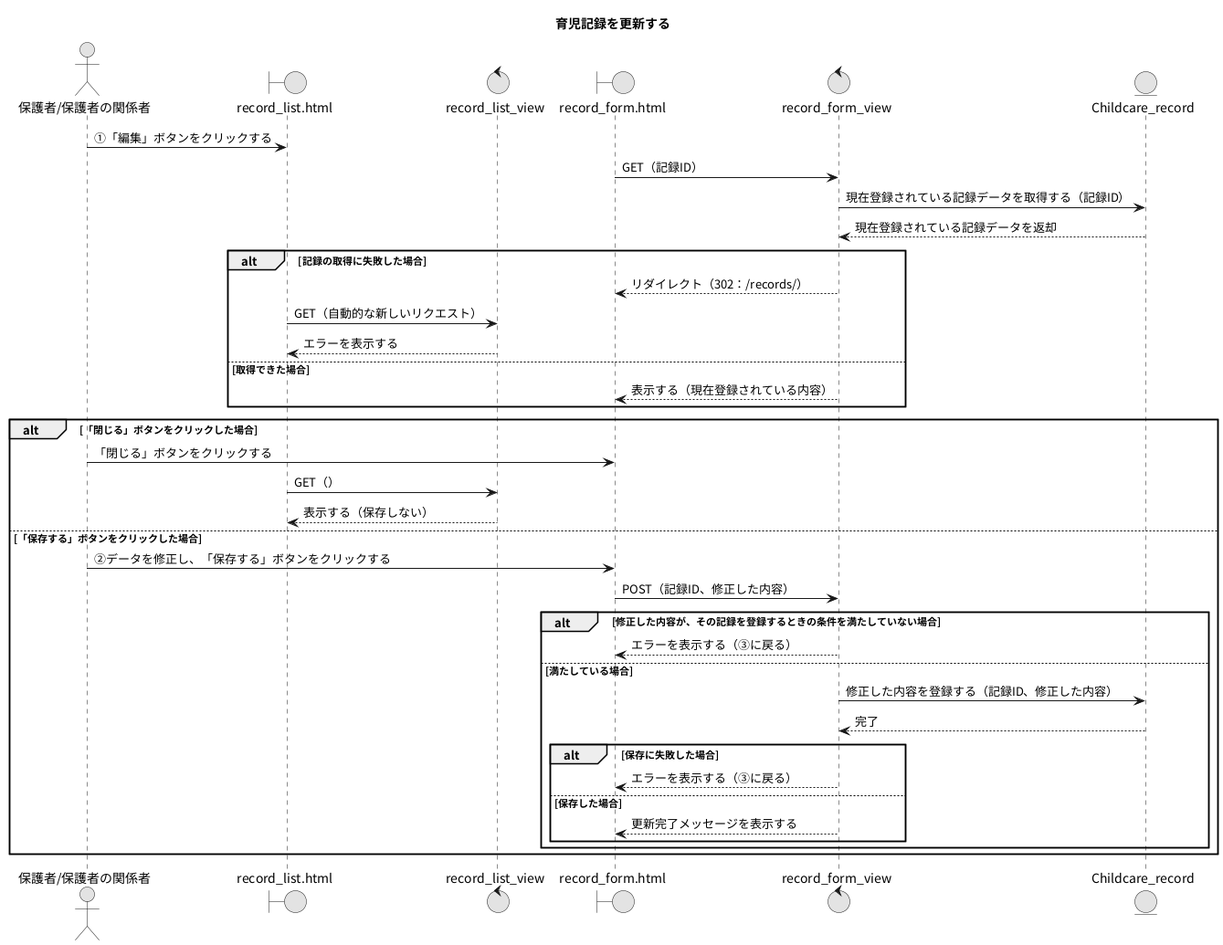
Ma2naga190330/26_sotugyou_puml keeps this PlantUML diagram as PNG/15_育児記録を更新する.png. Above is the earlier version. Source of this version:
```plantuml
@startuml
title 育児記録を更新する
skinparam defaultFontName "Noto Sans CJK JP"
skinparam monochrome true

actor "保護者/保護者の関係者" as A
boundary "record_list.html" as RLP
control "record_list_view" as RLV
boundary "record_form.html" as RFP
control "record_form_view" as RFV
entity "Childcare_record" as CRM

A -> RLP : ①「編集」ボタンをクリックする
RFP -> RFV : GET（記録ID）
RFV -> CRM : 現在登録されている記録データを取得する（記録ID）
RFV <-- CRM : 現在登録されている記録データを返却
alt 記録の取得に失敗した場合
  RFV --> RFP : リダイレクト（302：/records/）
  RLP -> RLV : GET（自動的な新しいリクエスト）
  RLV --> RLP : エラーを表示する
else 取得できた場合
  RFV --> RFP : 表示する（現在登録されている内容）
end

alt 「閉じる」ボタンをクリックした場合
  A -> RFP : 「閉じる」ボタンをクリックする
  RLP -> RLV : GET（）
  RLV --> RLP : 表示する（保存しない）
else 「保存する」ボタンをクリックした場合
  A -> RFP : ②データを修正し、「保存する」ボタンをクリックする
  RFP -> RFV : POST（記録ID、修正した内容）
  alt 修正した内容が、その記録を登録するときの条件を満たしていない場合
    RFV --> RFP : エラーを表示する（③に戻る）
  else 満たしている場合
    RFV -> CRM : 修正した内容を登録する（記録ID、修正した内容）
    RFV <-- CRM : 完了
    alt 保存に失敗した場合
      RFV --> RFP : エラーを表示する（③に戻る）
    else 保存した場合
      RFV --> RFP : 更新完了メッセージを表示する
    end
  end
end
@enduml
```
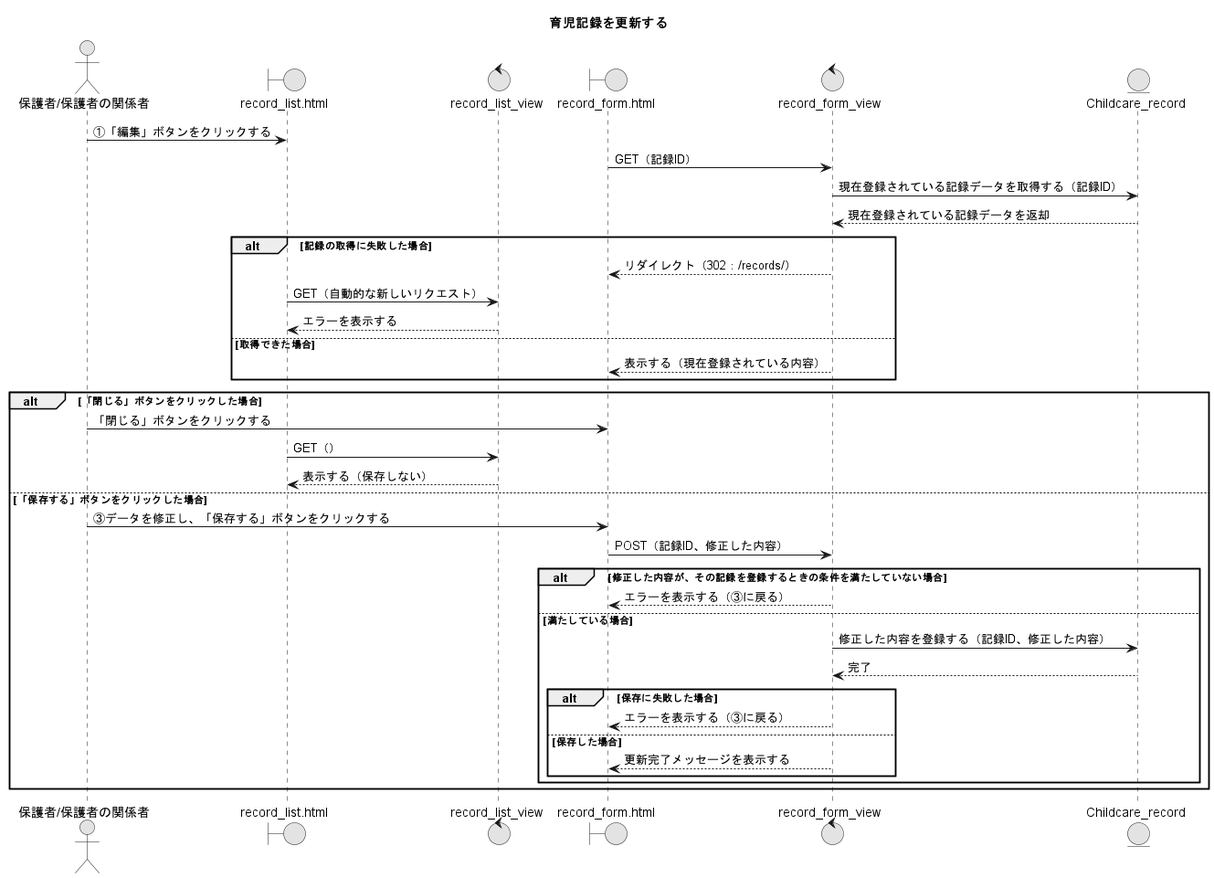
The same diagram one commit later.

What changed in the source:
```diff
@@ -27,7 +27,7 @@
   RLP -> RLV : GET（）
   RLV --> RLP : 表示する（保存しない）
 else 「保存する」ボタンをクリックした場合
-  A -> RFP : ②データを修正し、「保存する」ボタンをクリックする
+  A -> RFP : ③データを修正し、「保存する」ボタンをクリックする
   RFP -> RFV : POST（記録ID、修正した内容）
   alt 修正した内容が、その記録を登録するときの条件を満たしていない場合
     RFV --> RFP : エラーを表示する（③に戻る）
```
